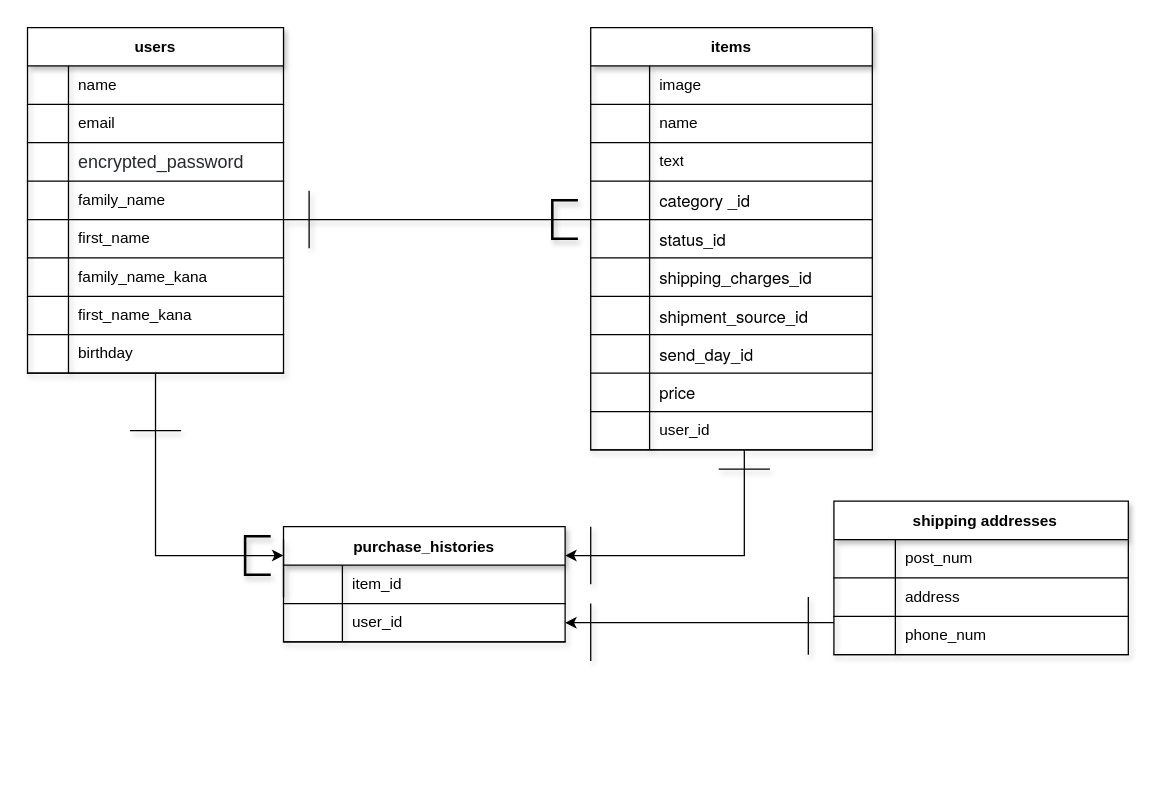
The draw.io diagram er.dio in hoshino103/furima-36896, before the edit. Source tidied: cells renumbered, new cells numbered last; positions are measured from the earlier drawing's top-left corner, leaving out a move shared by most shapes. Both pictures are drawn from the tidied source at 128%, with x=0, y=0 at pixel (27, 27).
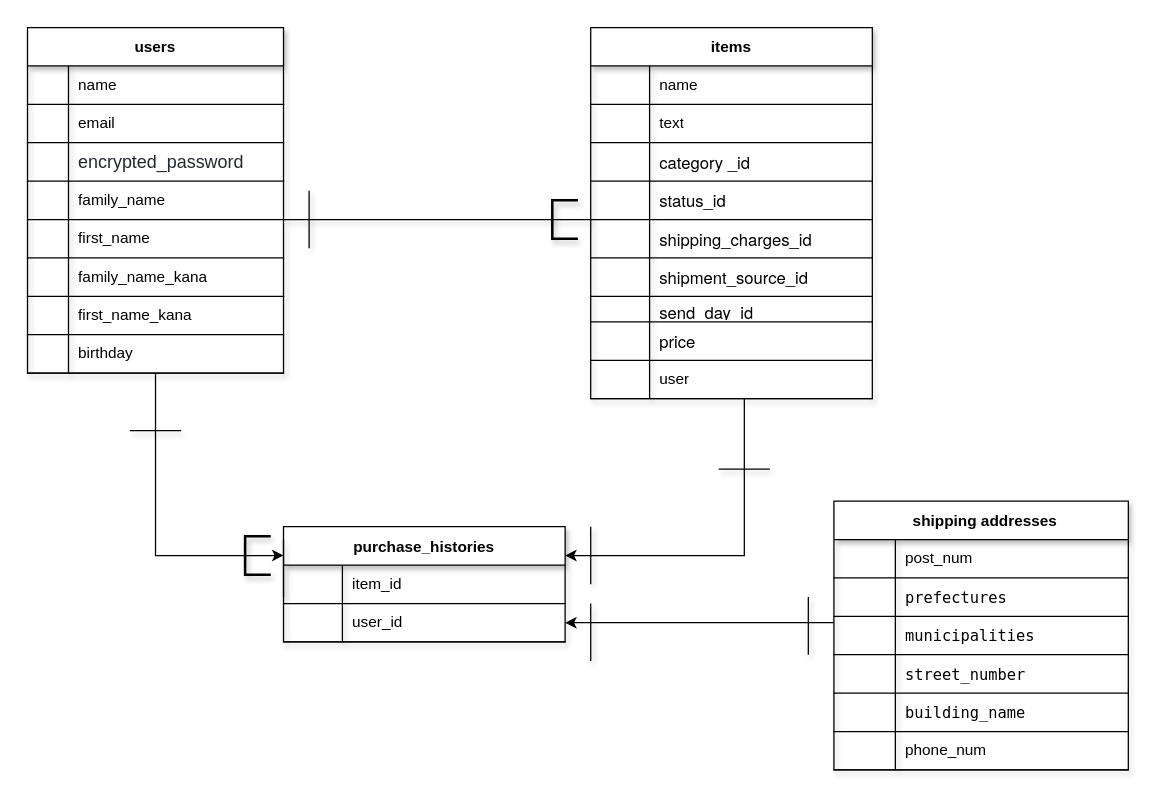
After the change.

The change refers to these unchanged cells:
```xml
<mxCell id="72" style="shape=partialRectangle;html=1;whiteSpace=wrap;fillColor=none;top=0;left=0;bottom=1;right=0;" parent="68" vertex="1">
  <mxGeometry y="60" width="230" height="30" as="geometry" />
</mxCell>
```

The edit, as a diff of the source:
```diff
@@
     <mxCell id="3" value="items" style="shape=table;startSize=30;childLayout=tableLayout;rowLines=0;fontStyle=1;align=center;shadow=1;strokeColor=#000000;" parent="1" vertex="1">
-      <mxGeometry x="440" width="220" height="330" as="geometry" />
+      <mxGeometry x="440" width="220" height="290" as="geometry" />
     </mxCell>
-    <mxCell id="4" style="shape=partialRectangle;html=1;whiteSpace=wrap;fillColor=none;top=0;left=0;bottom=1;right=0;" parent="3" vertex="1">
-      <mxGeometry y="30" width="220" height="30" as="geometry" />
-    </mxCell>
-    <mxCell id="5" style="shape=partialRectangle;html=1;whiteSpace=wrap;fillColor=none;top=0;left=0;bottom=0;right=0;overflow=hidden;" parent="4" vertex="1">
-      <mxGeometry width="46" height="30" as="geometry" />
-    </mxCell>
-    <mxCell id="6" value="image" style="shape=partialRectangle;html=1;whiteSpace=wrap;fillColor=none;top=0;left=0;bottom=0;right=0;align=left;spacingLeft=6;overflow=hidden;" parent="4" vertex="1">
-      <mxGeometry x="46" width="174" height="30" as="geometry" />
-    </mxCell>
     <mxCell id="7" style="shape=partialRectangle;html=1;whiteSpace=wrap;fillColor=none;top=0;left=0;bottom=1;right=0;" parent="3" vertex="1">
-      <mxGeometry y="60" width="220" height="30" as="geometry" />
+      <mxGeometry y="30" width="220" height="30" as="geometry" />
     </mxCell>
@@
     <mxCell id="10" style="shape=partialRectangle;html=1;whiteSpace=wrap;fillColor=none;top=0;left=0;bottom=1;right=0;" parent="3" vertex="1">
-      <mxGeometry y="90" width="220" height="30" as="geometry" />
+      <mxGeometry y="60" width="220" height="30" as="geometry" />
     </mxCell>
@@
     <mxCell id="13" style="shape=partialRectangle;html=1;whiteSpace=wrap;fillColor=none;top=0;left=0;bottom=1;right=0;" parent="3" vertex="1">
-      <mxGeometry y="120" width="220" height="30" as="geometry" />
+      <mxGeometry y="90" width="220" height="30" as="geometry" />
     </mxCell>
@@
     <mxCell id="16" style="shape=partialRectangle;html=1;whiteSpace=wrap;fillColor=none;top=0;left=0;bottom=1;right=0;" parent="3" vertex="1">
-      <mxGeometry y="150" width="220" height="30" as="geometry" />
+      <mxGeometry y="120" width="220" height="30" as="geometry" />
     </mxCell>
@@
     <mxCell id="19" style="shape=partialRectangle;html=1;whiteSpace=wrap;fillColor=none;top=0;left=0;bottom=1;right=0;" parent="3" vertex="1">
-      <mxGeometry y="180" width="220" height="30" as="geometry" />
+      <mxGeometry y="150" width="220" height="30" as="geometry" />
     </mxCell>
@@
     <mxCell id="22" style="shape=partialRectangle;html=1;whiteSpace=wrap;fillColor=none;top=0;left=0;bottom=1;right=0;" parent="3" vertex="1">
-      <mxGeometry y="210" width="220" height="30" as="geometry" />
+      <mxGeometry y="180" width="220" height="30" as="geometry" />
     </mxCell>
@@
     <mxCell id="25" style="shape=partialRectangle;html=1;whiteSpace=wrap;fillColor=none;top=0;left=0;bottom=1;right=0;" parent="3" vertex="1">
-      <mxGeometry y="240" width="220" height="30" as="geometry" />
+      <mxGeometry y="210" width="220" height="20" as="geometry" />
     </mxCell>
     <mxCell id="26" style="shape=partialRectangle;html=1;whiteSpace=wrap;fillColor=none;top=0;left=0;bottom=0;right=0;overflow=hidden;" parent="25" vertex="1">
-      <mxGeometry width="46" height="30" as="geometry" />
+      <mxGeometry width="46" height="20" as="geometry" />
     </mxCell>
     <mxCell id="27" value="&lt;p class=&quot;p1&quot; style=&quot;margin: 0px ; font-stretch: normal ; font-size: 13px ; line-height: normal ; font-family: &amp;#34;helvetica neue&amp;#34;&quot;&gt;send_day_id&lt;/p&gt;" style="shape=partialRectangle;html=1;whiteSpace=wrap;fillColor=none;top=0;left=0;bottom=0;right=0;align=left;spacingLeft=6;overflow=hidden;" parent="25" vertex="1">
-      <mxGeometry x="46" width="174" height="30" as="geometry" />
+      <mxGeometry x="46" width="174" height="20" as="geometry" />
     </mxCell>
     <mxCell id="28" style="shape=partialRectangle;html=1;whiteSpace=wrap;fillColor=none;top=0;left=0;bottom=1;right=0;" parent="3" vertex="1">
-      <mxGeometry y="270" width="220" height="30" as="geometry" />
+      <mxGeometry y="230" width="220" height="30" as="geometry" />
     </mxCell>
@@
     <mxCell id="31" style="shape=partialRectangle;html=1;whiteSpace=wrap;fillColor=none;top=0;left=0;bottom=1;right=0;" parent="3" vertex="1">
-      <mxGeometry y="300" width="220" height="30" as="geometry" />
+      <mxGeometry y="260" width="220" height="30" as="geometry" />
     </mxCell>
@@
-    <mxCell id="33" value="user_id" style="shape=partialRectangle;html=1;whiteSpace=wrap;fillColor=none;top=0;left=0;bottom=0;right=0;align=left;spacingLeft=6;overflow=hidden;" parent="31" vertex="1">
+    <mxCell id="33" value="user" style="shape=partialRectangle;html=1;whiteSpace=wrap;fillColor=none;top=0;left=0;bottom=0;right=0;align=left;spacingLeft=6;overflow=hidden;" parent="31" vertex="1">
       <mxGeometry x="46" width="174" height="30" as="geometry" />
     </mxCell>
@@
     <mxCell id="68" value="  shipping addresses" style="shape=table;startSize=30;childLayout=tableLayout;rowLines=0;fontStyle=1;align=center;shadow=1;strokeColor=#000000;" parent="1" vertex="1">
-      <mxGeometry x="630" y="370" width="230" height="120" as="geometry" />
+      <mxGeometry x="630" y="370" width="230" height="210" as="geometry" />
     </mxCell>
@@
-    <mxCell id="74" value="address" style="shape=partialRectangle;html=1;whiteSpace=wrap;fillColor=none;top=0;left=0;bottom=0;right=0;align=left;spacingLeft=6;overflow=hidden;" parent="72" vertex="1">
+    <mxCell id="74" value="&lt;div style=&quot;background-color: rgb(255 , 255 , 255) ; font-family: &amp;#34;menlo&amp;#34; , &amp;#34;monaco&amp;#34; , &amp;#34;courier new&amp;#34; , monospace ; line-height: 18px&quot;&gt;prefectures&lt;/div&gt;" style="shape=partialRectangle;html=1;whiteSpace=wrap;fillColor=none;top=0;left=0;bottom=0;right=0;align=left;spacingLeft=6;overflow=hidden;" parent="72" vertex="1">
       <mxGeometry x="48" width="182" height="30" as="geometry" />
     </mxCell>
+    <mxCell id="89" style="shape=partialRectangle;html=1;whiteSpace=wrap;fillColor=none;top=0;left=0;bottom=1;right=0;" parent="68" vertex="1">
+      <mxGeometry y="90" width="230" height="30" as="geometry" />
+    </mxCell>
+    <mxCell id="90" style="shape=partialRectangle;html=1;whiteSpace=wrap;fillColor=none;top=0;left=0;bottom=0;right=0;overflow=hidden;" parent="89" vertex="1">
+      <mxGeometry width="48" height="30" as="geometry" />
+    </mxCell>
+    <mxCell id="91" value="&lt;div style=&quot;background-color: rgb(255 , 255 , 255) ; font-family: &amp;#34;menlo&amp;#34; , &amp;#34;monaco&amp;#34; , &amp;#34;courier new&amp;#34; , monospace ; line-height: 18px&quot;&gt;municipalities&lt;/div&gt;" style="shape=partialRectangle;html=1;whiteSpace=wrap;fillColor=none;top=0;left=0;bottom=0;right=0;align=left;spacingLeft=6;overflow=hidden;" parent="89" vertex="1">
+      <mxGeometry x="48" width="182" height="30" as="geometry" />
+    </mxCell>
+    <mxCell id="92" style="shape=partialRectangle;html=1;whiteSpace=wrap;fillColor=none;top=0;left=0;bottom=1;right=0;" parent="68" vertex="1">
+      <mxGeometry y="120" width="230" height="30" as="geometry" />
+    </mxCell>
+    <mxCell id="93" style="shape=partialRectangle;html=1;whiteSpace=wrap;fillColor=none;top=0;left=0;bottom=0;right=0;overflow=hidden;" parent="92" vertex="1">
+      <mxGeometry width="48" height="30" as="geometry" />
+    </mxCell>
+    <mxCell id="94" value="&lt;div style=&quot;background-color: rgb(255 , 255 , 255) ; font-family: &amp;#34;menlo&amp;#34; , &amp;#34;monaco&amp;#34; , &amp;#34;courier new&amp;#34; , monospace ; line-height: 18px&quot;&gt;street_number&lt;/div&gt;" style="shape=partialRectangle;html=1;whiteSpace=wrap;fillColor=none;top=0;left=0;bottom=0;right=0;align=left;spacingLeft=6;overflow=hidden;" parent="92" vertex="1">
+      <mxGeometry x="48" width="182" height="30" as="geometry" />
+    </mxCell>
+    <mxCell id="95" style="shape=partialRectangle;html=1;whiteSpace=wrap;fillColor=none;top=0;left=0;bottom=1;right=0;" parent="68" vertex="1">
+      <mxGeometry y="150" width="230" height="30" as="geometry" />
+    </mxCell>
+    <mxCell id="96" style="shape=partialRectangle;html=1;whiteSpace=wrap;fillColor=none;top=0;left=0;bottom=0;right=0;overflow=hidden;" parent="95" vertex="1">
+      <mxGeometry width="48" height="30" as="geometry" />
+    </mxCell>
+    <mxCell id="97" value="&lt;div style=&quot;background-color: rgb(255 , 255 , 255) ; font-family: &amp;#34;menlo&amp;#34; , &amp;#34;monaco&amp;#34; , &amp;#34;courier new&amp;#34; , monospace ; line-height: 18px&quot;&gt;building_name&lt;/div&gt;" style="shape=partialRectangle;html=1;whiteSpace=wrap;fillColor=none;top=0;left=0;bottom=0;right=0;align=left;spacingLeft=6;overflow=hidden;" parent="95" vertex="1">
+      <mxGeometry x="48" width="182" height="30" as="geometry" />
+    </mxCell>
     <mxCell id="75" style="shape=partialRectangle;html=1;whiteSpace=wrap;fillColor=none;top=0;left=0;bottom=1;right=0;" parent="68" vertex="1">
-      <mxGeometry y="90" width="230" height="30" as="geometry" />
+      <mxGeometry y="180" width="230" height="30" as="geometry" />
     </mxCell>
```
